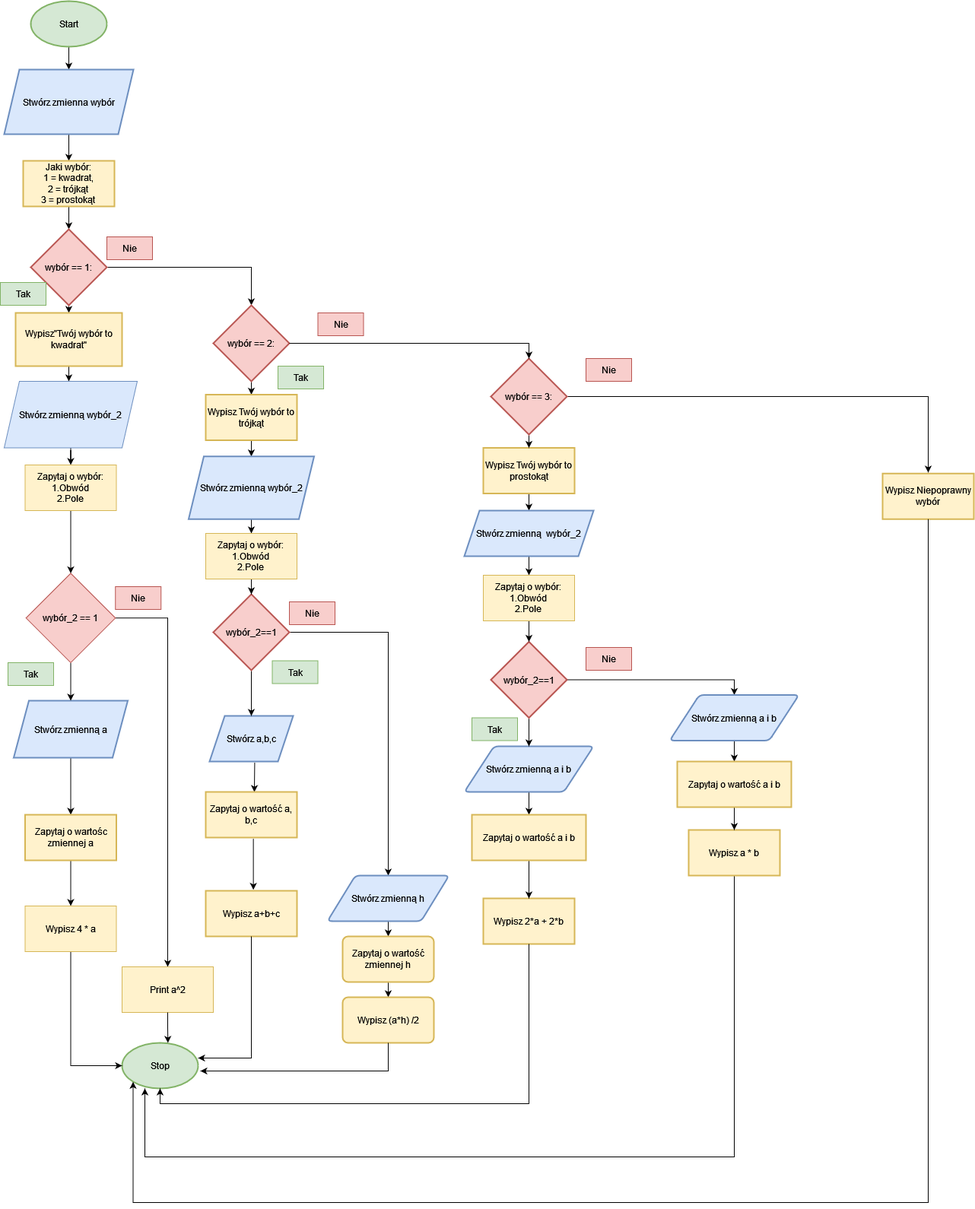
DudeQ7/Programming keeps this draw.io diagram as schemat_blokowy/Lab_01/Programowanie_laborki/Trójkąty i kwadraty(rdy)(pre_checked)/Trójkąty i kwadraty.drawio.png. Above is the earlier version. Source tidied: cells renumbered, new cells last; positions are measured from the earlier drawing's top-left corner, leaving out a move shared by most shapes.
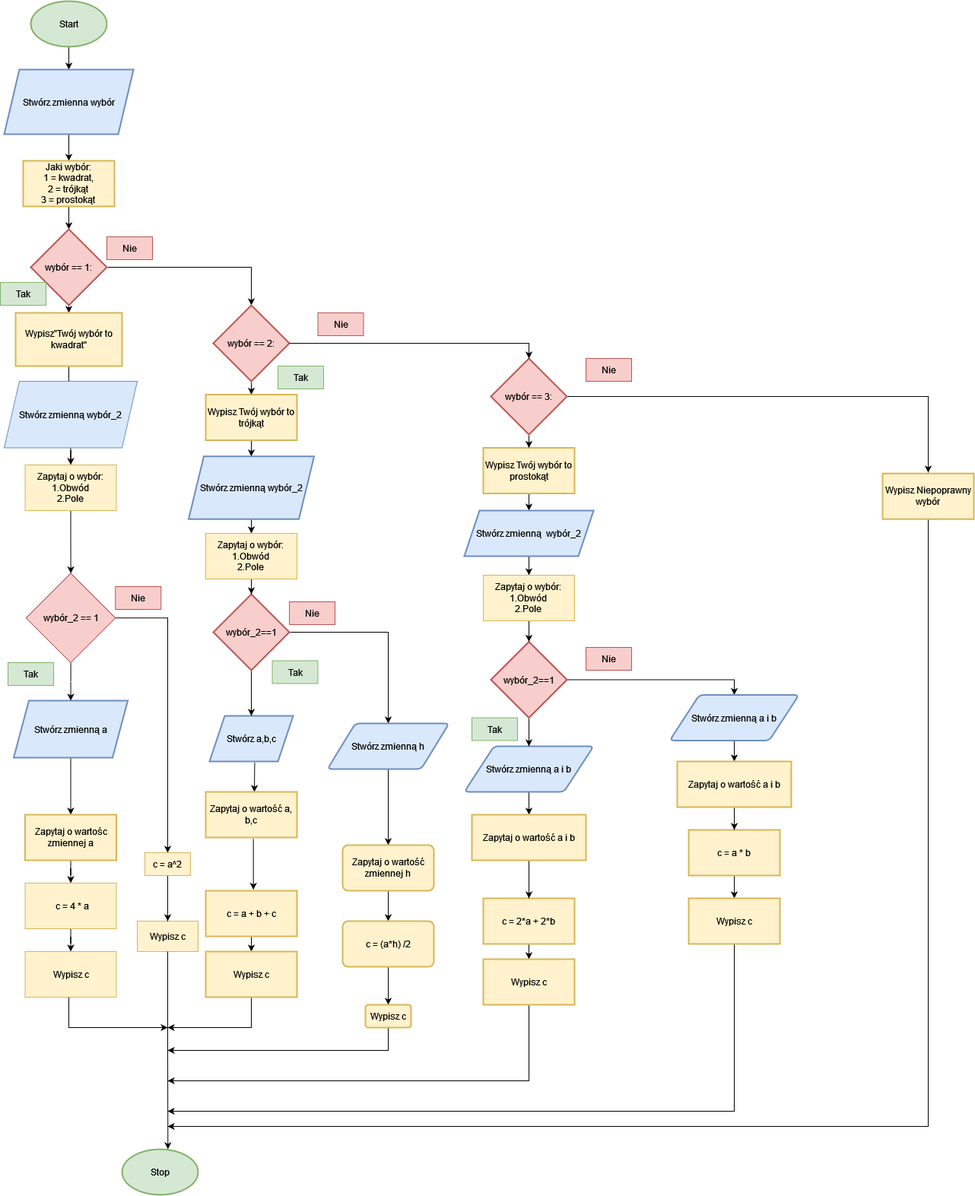
The same file after the commit.

Change to the diagram source:
```diff
@@ -64,27 +64,26 @@
     <mxCell id="20" value="Zapytaj o wybór:&lt;br&gt;&lt;div&gt;1.Obwód&lt;/div&gt;&lt;div&gt;2.Pole&lt;br&gt;&lt;/div&gt;" style="whiteSpace=wrap;html=1;fillColor=#fff2cc;strokeColor=#d6b656;" parent="1" vertex="1">
       <mxGeometry x="32.5" y="610" width="120" height="60" as="geometry" />
     </mxCell>
-    <mxCell id="21" style="edgeStyle=orthogonalEdgeStyle;rounded=0;jettySize=auto;html=1;exitX=1;exitY=0.5;exitDx=0;exitDy=0;entryX=0.5;entryY=0;entryDx=0;entryDy=0;" parent="1" edge="1" source="23" target="25">
-      <mxGeometry relative="1" as="geometry">
-        <Array as="points">
-          <mxPoint x="220" y="811" />
-        </Array>
-      </mxGeometry>
-    </mxCell>
     <mxCell id="22" style="edgeStyle=orthogonalEdgeStyle;rounded=0;jettySize=auto;html=1;" parent="1" edge="1" source="23" target="14">
       <mxGeometry relative="1" as="geometry" />
     </mxCell>
+    <mxCell id="90" style="edgeStyle=orthogonalEdgeStyle;rounded=0;jettySize=auto;html=1;entryX=0.5;entryY=0;entryDx=0;entryDy=0;" parent="1" edge="1" source="23" target="100">
+      <mxGeometry relative="1" as="geometry" />
+    </mxCell>
     <mxCell id="23" value="wybór_2 == 1" style="rhombus;whiteSpace=wrap;html=1;fillColor=#f8cecc;strokeColor=#b85450;" parent="1" vertex="1">
       <mxGeometry x="33.8" y="752.5" width="117.5" height="117.5" as="geometry" />
     </mxCell>
+    <mxCell id="91" style="edgeStyle=orthogonalEdgeStyle;rounded=0;jettySize=auto;html=1;" parent="1" edge="1" source="24" target="98">
+      <mxGeometry relative="1" as="geometry" />
+    </mxCell>
-    <mxCell id="24" value="Wypisz 4 * a" style="whiteSpace=wrap;html=1;fillColor=#fff2cc;strokeColor=#d6b656;" parent="1" vertex="1">
-      <mxGeometry x="32.5" y="1190" width="120" height="60" as="geometry" />
+    <mxCell id="24" value="&amp;nbsp;c = 4 * a" style="whiteSpace=wrap;html=1;fillColor=#fff2cc;strokeColor=#d6b656;" parent="1" vertex="1">
+      <mxGeometry x="32.5" y="1160" width="120" height="60" as="geometry" />
     </mxCell>
-    <mxCell id="25" value="Print a^2" style="whiteSpace=wrap;html=1;fillColor=#fff2cc;strokeColor=#d6b656;" parent="1" vertex="1">
-      <mxGeometry x="160" y="1270" width="120" height="60" as="geometry" />
+    <mxCell id="25" value="Wypisz c " style="whiteSpace=wrap;html=1;fillColor=#fff2cc;strokeColor=#d6b656;" parent="1" vertex="1">
+      <mxGeometry x="180" y="1210" width="80" height="40" as="geometry" />
     </mxCell>
     <mxCell id="26" value="Stop" style="strokeWidth=2;html=1;shape=mxgraph.flowchart.start_1;whiteSpace=wrap;fillColor=#d5e8d4;strokeColor=#82b366;" parent="1" vertex="1">
-      <mxGeometry x="160" y="1370" width="100" height="60" as="geometry" />
+      <mxGeometry x="160" y="1510" width="100" height="60" as="geometry" />
     </mxCell>
     <mxCell id="27" style="edgeStyle=orthogonalEdgeStyle;rounded=0;jettySize=auto;html=1;entryX=0.603;entryY=0;entryDx=0;entryDy=0;entryPerimeter=0;" parent="1" edge="1" source="25" target="26">
       <mxGeometry relative="1" as="geometry" />
@@ -122,23 +121,29 @@
     <mxCell id="38" value="wybór_2==1" style="strokeWidth=2;html=1;shape=mxgraph.flowchart.decision;whiteSpace=wrap;fillColor=#f8cecc;strokeColor=#b85450;" parent="1" vertex="1">
       <mxGeometry x="280" y="780" width="100" height="100" as="geometry" />
     </mxCell>
+    <mxCell id="92" style="edgeStyle=orthogonalEdgeStyle;rounded=0;jettySize=auto;html=1;" parent="1" edge="1" source="39" target="102">
+      <mxGeometry relative="1" as="geometry" />
+    </mxCell>
-    <mxCell id="39" value="Wypisz a+b+c" style="whiteSpace=wrap;html=1;strokeWidth=2;fillColor=#fff2cc;strokeColor=#d6b656;" parent="1" vertex="1">
+    <mxCell id="39" value="c = a + b + c" style="whiteSpace=wrap;html=1;strokeWidth=2;fillColor=#fff2cc;strokeColor=#d6b656;" parent="1" vertex="1">
       <mxGeometry x="270" y="1170" width="120" height="60" as="geometry" />
     </mxCell>
     <mxCell id="40" style="edgeStyle=orthogonalEdgeStyle;rounded=0;jettySize=auto;html=1;" parent="1" edge="1" source="41" target="43">
       <mxGeometry relative="1" as="geometry" />
     </mxCell>
     <mxCell id="41" value="Stwórz zmienną h" style="shape=parallelogram;html=1;strokeWidth=2;perimeter=parallelogramPerimeter;whiteSpace=wrap;rounded=1;arcSize=12;size=0.23;fillColor=#dae8fc;strokeColor=#6c8ebf;" parent="1" vertex="1">
-      <mxGeometry x="430" y="1150" width="160" height="60" as="geometry" />
+      <mxGeometry x="430" y="950" width="160" height="60" as="geometry" />
     </mxCell>
     <mxCell id="42" style="edgeStyle=orthogonalEdgeStyle;rounded=0;jettySize=auto;html=1;" parent="1" edge="1" source="43" target="44">
       <mxGeometry relative="1" as="geometry" />
     </mxCell>
     <mxCell id="43" value="Zapytaj o wartość zmiennej h " style="whiteSpace=wrap;html=1;strokeWidth=2;rounded=1;arcSize=12;fillColor=#fff2cc;strokeColor=#d6b656;" parent="1" vertex="1">
-      <mxGeometry x="450" y="1230" width="120" height="60" as="geometry" />
+      <mxGeometry x="450" y="1110" width="120" height="60" as="geometry" />
     </mxCell>
+    <mxCell id="93" style="edgeStyle=orthogonalEdgeStyle;rounded=0;jettySize=auto;html=1;" parent="1" edge="1" source="44" target="104">
+      <mxGeometry relative="1" as="geometry" />
+    </mxCell>
-    <mxCell id="44" value="Wypisz (a*h) /2" style="whiteSpace=wrap;html=1;strokeWidth=2;rounded=1;arcSize=12;fillColor=#fff2cc;strokeColor=#d6b656;" parent="1" vertex="1">
-      <mxGeometry x="450" y="1310" width="120" height="60" as="geometry" />
+    <mxCell id="44" value="c = (a*h) /2" style="whiteSpace=wrap;html=1;strokeWidth=2;rounded=1;arcSize=12;fillColor=#fff2cc;strokeColor=#d6b656;" parent="1" vertex="1">
+      <mxGeometry x="450" y="1210" width="120" height="60" as="geometry" />
     </mxCell>
     <mxCell id="45" style="edgeStyle=orthogonalEdgeStyle;rounded=0;jettySize=auto;html=1;" parent="1" edge="1" source="46" target="50">
       <mxGeometry relative="1" as="geometry" />
@@ -167,18 +172,16 @@
     <mxCell id="53" value="wybór_2==1" style="strokeWidth=2;html=1;shape=mxgraph.flowchart.decision;whiteSpace=wrap;fillColor=#f8cecc;strokeColor=#b85450;" parent="1" vertex="1">
       <mxGeometry x="645" y="842.5" width="100" height="100" as="geometry" />
     </mxCell>
+    <mxCell id="94" style="edgeStyle=orthogonalEdgeStyle;rounded=0;jettySize=auto;html=1;" parent="1" edge="1" source="54" target="106">
+      <mxGeometry relative="1" as="geometry" />
+    </mxCell>
-    <mxCell id="54" value="Wypisz 2*a + 2*b" style="whiteSpace=wrap;html=1;strokeWidth=2;fillColor=#fff2cc;strokeColor=#d6b656;" parent="1" vertex="1">
+    <mxCell id="54" value="c = 2*a + 2*b" style="whiteSpace=wrap;html=1;strokeWidth=2;fillColor=#fff2cc;strokeColor=#d6b656;" parent="1" vertex="1">
       <mxGeometry x="635" y="1180" width="120" height="60" as="geometry" />
     </mxCell>
-    <mxCell id="55" style="edgeStyle=orthogonalEdgeStyle;rounded=0;jettySize=auto;html=1;entryX=0.3;entryY=1;entryDx=0;entryDy=0;entryPerimeter=0;" parent="1" edge="1" source="56" target="26">
-      <mxGeometry relative="1" as="geometry">
-        <Array as="points">
-          <mxPoint x="965" y="1520" />
-          <mxPoint x="190" y="1520" />
-        </Array>
-      </mxGeometry>
-    </mxCell>
+    <mxCell id="95" style="edgeStyle=orthogonalEdgeStyle;rounded=0;jettySize=auto;html=1;" parent="1" edge="1" source="56" target="108">
+      <mxGeometry relative="1" as="geometry" />
+    </mxCell>
-    <mxCell id="56" value="Wypisz a * b" style="whiteSpace=wrap;html=1;strokeWidth=2;fillColor=#fff2cc;strokeColor=#d6b656;" parent="1" vertex="1">
+    <mxCell id="56" value="c = a * b" style="whiteSpace=wrap;html=1;strokeWidth=2;fillColor=#fff2cc;strokeColor=#d6b656;" parent="1" vertex="1">
       <mxGeometry x="905" y="1090" width="120" height="60" as="geometry" />
     </mxCell>
     <mxCell id="57" style="edgeStyle=orthogonalEdgeStyle;rounded=0;jettySize=auto;html=1;" parent="1" edge="1" source="58" target="54">
@@ -262,27 +265,6 @@
     <mxCell id="81" value="&lt;br&gt;wybór == 3:&lt;div&gt;&lt;br&gt;&lt;/div&gt;" style="strokeWidth=2;html=1;shape=mxgraph.flowchart.decision;whiteSpace=wrap;fillColor=#f8cecc;strokeColor=#b85450;" parent="1" vertex="1">
       <mxGeometry x="645" y="470" width="100" height="100" as="geometry" />
     </mxCell>
-    <mxCell id="82" style="edgeStyle=orthogonalEdgeStyle;rounded=0;jettySize=auto;html=1;entryX=0;entryY=0.5;entryDx=0;entryDy=0;entryPerimeter=0;" parent="1" edge="1" source="24" target="26">
-      <mxGeometry relative="1" as="geometry">
-        <Array as="points">
-          <mxPoint x="92" y="1400" />
-        </Array>
-      </mxGeometry>
-    </mxCell>
-    <mxCell id="83" style="edgeStyle=orthogonalEdgeStyle;rounded=0;jettySize=auto;html=1;entryX=1;entryY=0.333;entryDx=0;entryDy=0;entryPerimeter=0;exitX=0.5;exitY=1;exitDx=0;exitDy=0;" parent="1" edge="1" source="39" target="26">
-      <mxGeometry relative="1" as="geometry">
-        <Array as="points">
-          <mxPoint x="330" y="1390" />
-        </Array>
-      </mxGeometry>
-    </mxCell>
-    <mxCell id="84" style="edgeStyle=orthogonalEdgeStyle;rounded=0;jettySize=auto;html=1;entryX=1.03;entryY=0.617;entryDx=0;entryDy=0;entryPerimeter=0;" parent="1" edge="1" source="44" target="26">
-      <mxGeometry relative="1" as="geometry">
-        <Array as="points">
-          <mxPoint x="510" y="1407" />
-        </Array>
-      </mxGeometry>
-    </mxCell>
     <mxCell id="85" style="edgeStyle=orthogonalEdgeStyle;rounded=0;jettySize=auto;html=1;entryX=0.5;entryY=0;entryDx=0;entryDy=0;entryPerimeter=0;" parent="1" edge="1" source="29" target="81">
       <mxGeometry relative="1" as="geometry">
         <Array as="points">
@@ -290,27 +272,80 @@
         </Array>
       </mxGeometry>
     </mxCell>
-    <mxCell id="86" style="edgeStyle=orthogonalEdgeStyle;rounded=0;jettySize=auto;html=1;entryX=0.5;entryY=1;entryDx=0;entryDy=0;entryPerimeter=0;" parent="1" edge="1" source="54" target="26">
-      <mxGeometry relative="1" as="geometry">
-        <Array as="points">
-          <mxPoint x="695" y="1450" />
-          <mxPoint x="210" y="1450" />
-        </Array>
-      </mxGeometry>
-    </mxCell>
+    <mxCell id="96" style="edgeStyle=orthogonalEdgeStyle;rounded=0;jettySize=auto;html=1;" parent="1" edge="1" source="87">
+      <mxGeometry relative="1" as="geometry">
+        <mxPoint x="220" y="1480" as="targetPoint" />
+        <Array as="points">
+          <mxPoint x="1220" y="1480" />
+        </Array>
+      </mxGeometry>
+    </mxCell>
     <mxCell id="87" value="Wypisz Niepoprawny wybór" style="whiteSpace=wrap;html=1;strokeWidth=2;fillColor=#fff2cc;strokeColor=#d6b656;" parent="1" vertex="1">
       <mxGeometry x="1160" y="621.2" width="120" height="60" as="geometry" />
     </mxCell>
-    <mxCell id="88" style="edgeStyle=orthogonalEdgeStyle;rounded=0;jettySize=auto;html=1;entryX=0.145;entryY=0.855;entryDx=0;entryDy=0;entryPerimeter=0;" parent="1" edge="1" source="87" target="26">
-      <mxGeometry relative="1" as="geometry">
-        <Array as="points">
-          <mxPoint x="1220" y="1580" />
-          <mxPoint x="175" y="1580" />
-        </Array>
-      </mxGeometry>
-    </mxCell>
     <mxCell id="89" value="Nie" style="text;html=1;align=center;verticalAlign=middle;whiteSpace=wrap;rounded=0;fillColor=#f8cecc;strokeColor=#b85450;" parent="1" vertex="1">
       <mxGeometry x="770" y="470" width="60" height="30" as="geometry" />
     </mxCell>
+    <mxCell id="97" style="edgeStyle=orthogonalEdgeStyle;rounded=0;jettySize=auto;html=1;" parent="1" edge="1" source="98">
+      <mxGeometry relative="1" as="geometry">
+        <mxPoint x="220" y="1350" as="targetPoint" />
+        <Array as="points">
+          <mxPoint x="90" y="1350" />
+        </Array>
+      </mxGeometry>
+    </mxCell>
+    <mxCell id="98" value="Wypisz c " style="whiteSpace=wrap;html=1;fillColor=#fff2cc;strokeColor=#d6b656;" parent="1" vertex="1">
+      <mxGeometry x="32.5" y="1250" width="120" height="60" as="geometry" />
+    </mxCell>
+    <mxCell id="99" style="edgeStyle=orthogonalEdgeStyle;rounded=0;jettySize=auto;html=1;" parent="1" edge="1" source="100" target="25">
+      <mxGeometry relative="1" as="geometry" />
+    </mxCell>
+    <mxCell id="100" value="c = a^2" style="whiteSpace=wrap;html=1;fillColor=#fff2cc;strokeColor=#d6b656;" parent="1" vertex="1">
+      <mxGeometry x="190" y="1120" width="60" height="30" as="geometry" />
+    </mxCell>
+    <mxCell id="101" style="edgeStyle=orthogonalEdgeStyle;rounded=0;jettySize=auto;html=1;" parent="1" edge="1" source="102">
+      <mxGeometry relative="1" as="geometry">
+        <mxPoint x="220" y="1350" as="targetPoint" />
+        <Array as="points">
+          <mxPoint x="330" y="1350" />
+        </Array>
+      </mxGeometry>
+    </mxCell>
+    <mxCell id="102" value="Wypisz c " style="whiteSpace=wrap;html=1;strokeWidth=2;fillColor=#fff2cc;strokeColor=#d6b656;" parent="1" vertex="1">
+      <mxGeometry x="270" y="1250" width="120" height="60" as="geometry" />
+    </mxCell>
+    <mxCell id="103" style="edgeStyle=orthogonalEdgeStyle;rounded=0;jettySize=auto;html=1;" parent="1" edge="1" source="104">
+      <mxGeometry relative="1" as="geometry">
+        <mxPoint x="220" y="1380" as="targetPoint" />
+        <Array as="points">
+          <mxPoint x="510" y="1380" />
+        </Array>
+      </mxGeometry>
+    </mxCell>
+    <mxCell id="104" value="Wypisz c" style="whiteSpace=wrap;html=1;strokeWidth=2;rounded=1;arcSize=12;fillColor=#fff2cc;strokeColor=#d6b656;" parent="1" vertex="1">
+      <mxGeometry x="480" y="1320" width="60" height="30" as="geometry" />
+    </mxCell>
+    <mxCell id="105" style="edgeStyle=orthogonalEdgeStyle;rounded=0;jettySize=auto;html=1;" parent="1" edge="1" source="106">
+      <mxGeometry relative="1" as="geometry">
+        <mxPoint x="220" y="1420" as="targetPoint" />
+        <Array as="points">
+          <mxPoint x="695" y="1420" />
+        </Array>
+      </mxGeometry>
+    </mxCell>
+    <mxCell id="106" value="Wypisz c" style="whiteSpace=wrap;html=1;strokeWidth=2;fillColor=#fff2cc;strokeColor=#d6b656;" parent="1" vertex="1">
+      <mxGeometry x="635" y="1260" width="120" height="60" as="geometry" />
+    </mxCell>
+    <mxCell id="107" style="edgeStyle=orthogonalEdgeStyle;rounded=0;jettySize=auto;html=1;" parent="1" edge="1" source="108">
+      <mxGeometry relative="1" as="geometry">
+        <mxPoint x="220" y="1460" as="targetPoint" />
+        <Array as="points">
+          <mxPoint x="965" y="1460" />
+        </Array>
+      </mxGeometry>
+    </mxCell>
+    <mxCell id="108" value="Wypisz c" style="whiteSpace=wrap;html=1;strokeWidth=2;fillColor=#fff2cc;strokeColor=#d6b656;" parent="1" vertex="1">
+      <mxGeometry x="905" y="1180" width="120" height="60" as="geometry" />
+    </mxCell>
   </root>
 </mxGraphModel>
```
